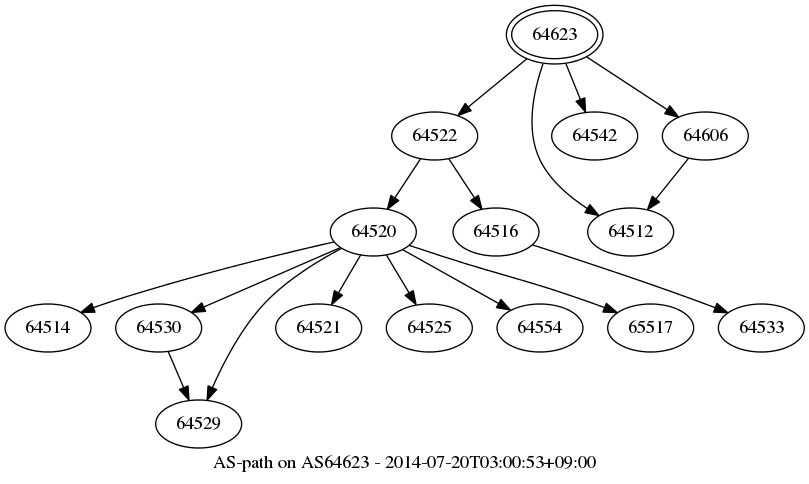
This is aspath/as64623.png from Flast/flast.github.io, a Graphviz export, as it was before one commit. Its source is kept beside it as aspath/as64623.gv.
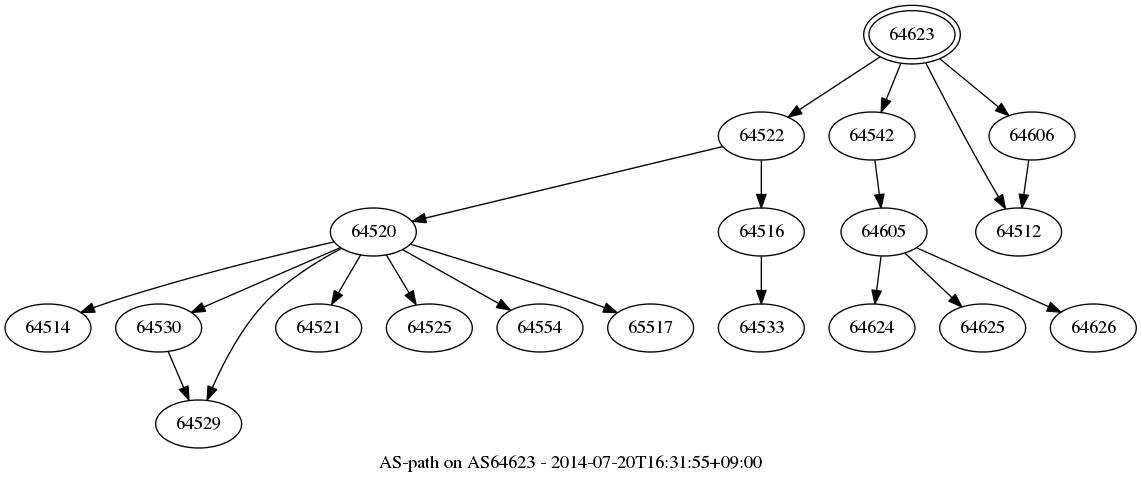
After the commit.

What changed in the source:
```diff
@@ -1,47 +1,47 @@
 digraph aspath {
-	graph [bb="0,0,599,355",
+	graph [bb="0,0,848,355",
 		center="",
-		label="AS-path on AS64623 - 2014-07-20T03:00:53+09:00",
+		label="AS-path on AS64623 - 2014-07-20T16:31:55+09:00",
 		lheight=0.21,
-		lp="299.5,11.5",
+		lp="424,11.5",
 		lwidth=4.00
 	];
 	node [label="\N"];
 	64623	 [height=0.61111,
 		label=64623,
 		peripheries=2,
-		pos="412,333",
+		pos="680,333",
 		width=1.0069];
 	64522	 [height=0.5,
 		label=64522,
-		pos="322,257",
+		pos="567,257",
 		width=0.89579];
-	64623 -> 64522	 [pos="e,339.43,272.33 391.13,314.84 378.02,304.06 361.03,290.09 347.17,278.7"];
+	64623 -> 64522	 [pos="e,587.15,271.2 656.04,316.31 638.36,304.73 614.25,288.94 595.57,276.71"];
+	64542	 [height=0.5,
+		label=64542,
+		pos="650,257",
+		width=0.89579];
+	64623 -> 64542	 [pos="e,656.9,275.01 671.64,311.39 668.27,303.06 664.33,293.34 660.74,284.5"];
 	64512	 [height=0.5,
 		label=64512,
-		pos="469,185",
+		pos="760,185",
 		width=0.89579];
-	64623 -> 64512	 [pos="e,445.09,197.38 403.31,311.32 396.47,291.72 389.8,261.94 401,239 408.49,223.66 422.8,211.48 436.37,202.67"];
-	64542	 [height=0.5,
-		label=64542,
-		pos="442,257",
-		width=0.89579];
-	64623 -> 64542	 [pos="e,435.1,275.01 420.36,311.39 423.73,303.06 427.67,293.34 431.26,284.5"];
+	64623 -> 64512	 [pos="e,750.04,202.6 690.45,311.54 700.2,292.6 715.26,263.73 729,239 734.07,229.87 739.8,219.97 744.94,211.22"];
 	64606	 [height=0.5,
 		label=64606,
-		pos="525,257",
+		pos="770,257",
 		width=0.89579];
-	64623 -> 64606	 [pos="e,504.85,271.2 435.96,316.31 453.64,304.73 477.75,288.94 496.43,276.71"];
+	64623 -> 64606	 [pos="e,752.57,272.33 700.87,314.84 713.98,304.06 730.97,290.09 744.83,278.7"];
 	64520	 [height=0.5,
 		label=64520,
 		pos="276,185",
 		width=0.89579];
-	64522 -> 64520	 [pos="e,286.61,202.15 311.33,239.76 305.64,231.11 298.52,220.27 292.17,210.6"];
+	64522 -> 64520	 [pos="e,305.28,193.04 538.03,249.03 485.44,236.38 374.23,209.63 315.01,195.38"];
 	64516	 [height=0.5,
 		label=64516,
-		pos="368,185",
+		pos="567,185",
 		width=0.89579];
-	64522 -> 64516	 [pos="e,357.39,202.15 332.67,239.76 338.36,231.11 345.48,220.27 351.83,210.6"];
+	64522 -> 64516	 [pos="e,567,203.1 567,238.7 567,230.98 567,221.71 567,213.11"];
 	64514	 [height=0.5,
 		label=64514,
 		pos="32,113",
@@ -76,13 +76,32 @@
 		label=65517,
 		pos="484,113",
 		width=0.89579];
-	64520 -> 65517	 [pos="e,458.81,124.58 302.97,174.91 310.72,172.32 319.18,169.53 327,167 377.96,150.53 391.58,149.06 442,131 444.4,130.14 446.86,129.23 \
-449.33,128.29"];
+	64520 -> 65517	 [pos="e,458.8,124.56 303.83,175.82 336.97,165.91 393.92,148.38 442,131 444.4,130.13 446.86,129.22 449.33,128.27"];
 	64530 -> 64529	 [pos="e,137.73,58.956 122.11,95.411 125.57,87.335 129.82,77.431 133.71,68.355"];
 	64533	 [height=0.5,
 		label=64533,
 		pos="567,113",
 		width=0.89579];
-	64516 -> 64533	 [pos="e,541.78,124.49 395.4,175.29 426.87,165.17 479.95,147.7 525,131 527.39,130.11 529.84,129.18 532.31,128.23"];
-	64606 -> 64512	 [pos="e,481.66,201.82 512.29,240.12 505.13,231.17 496.05,219.81 488.05,209.81"];
+	64516 -> 64533	 [pos="e,567,131.1 567,166.7 567,158.98 567,149.71 567,141.11"];
+	64605	 [height=0.5,
+		label=64605,
+		pos="659,185",
+		width=0.89579];
+	64542 -> 64605	 [pos="e,656.8,203.1 652.22,238.7 653.22,230.98 654.41,221.71 655.51,213.11"];
+	64624	 [height=0.5,
+		label=64624,
+		pos="650,113",
+		width=0.89579];
+	64605 -> 64624	 [pos="e,652.2,131.1 656.78,166.7 655.78,158.98 654.59,149.71 653.49,141.11"];
+	64625	 [height=0.5,
+		label=64625,
+		pos="733,113",
+		width=0.89579];
+	64605 -> 64625	 [pos="e,717.33,128.82 674.69,169.15 684.9,159.5 698.38,146.75 709.81,135.94"];
+	64626	 [height=0.5,
+		label=64626,
+		pos="816,113",
+		width=0.89579];
+	64605 -> 64626	 [pos="e,791.64,124.86 683.53,173.06 710.15,161.2 752.8,142.18 782.49,128.94"];
+	64606 -> 64512	 [pos="e,762.44,203.1 767.53,238.7 766.43,230.98 765.1,221.71 763.87,213.11"];
 }
```
